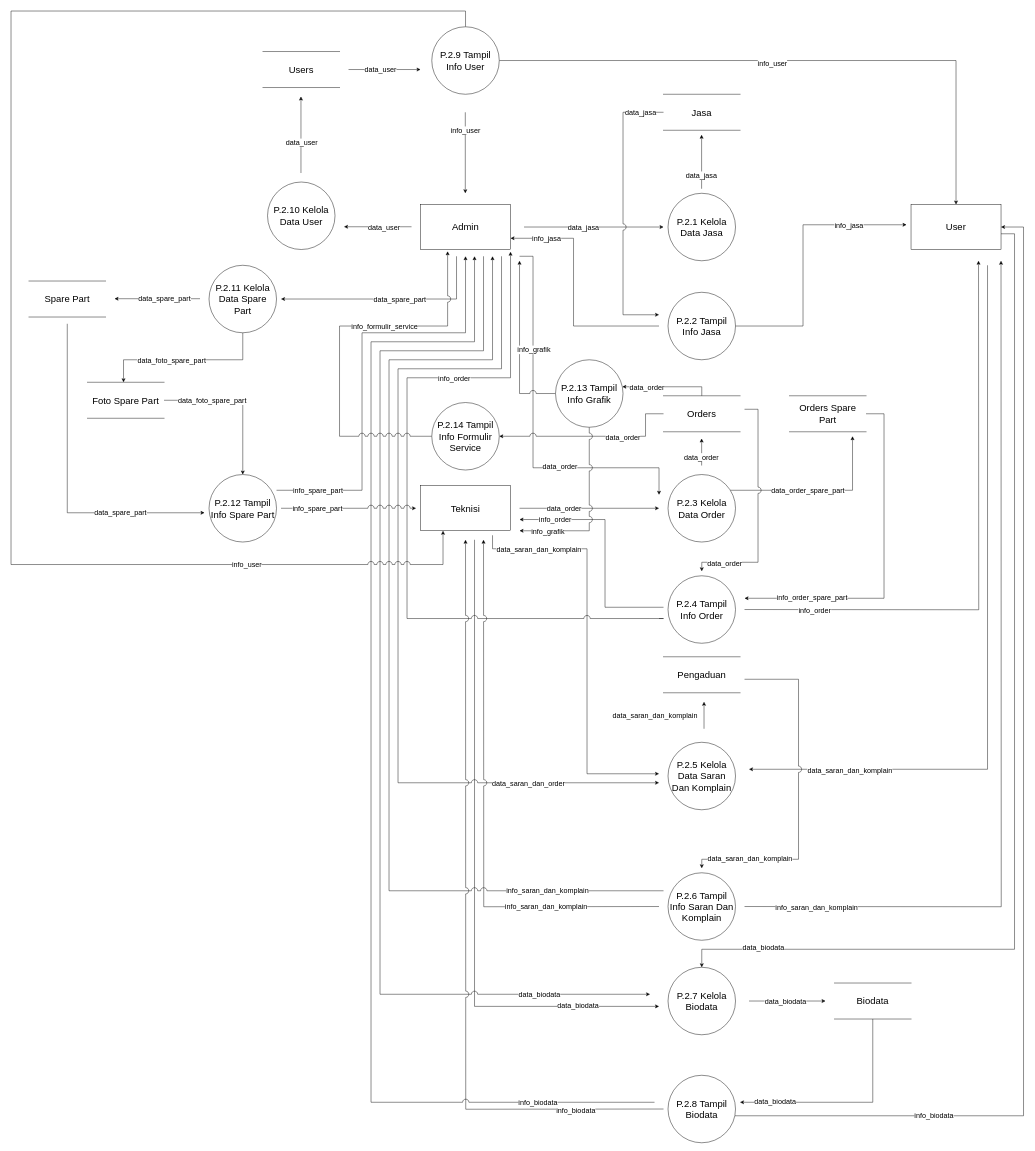
This is dfd update/Data Flow Diagram Level 1 (Kelola Data).drawio from Naveigell/ta2, a draw.io file, before an edit. Source tidied: cells renumbered, new cells numbered last; positions are measured from the earlier drawing's top-left corner, leaving out a move shared by most shapes. Both pictures are drawn from the tidied source at 45%, with x=0, y=0 at pixel (11, 11).
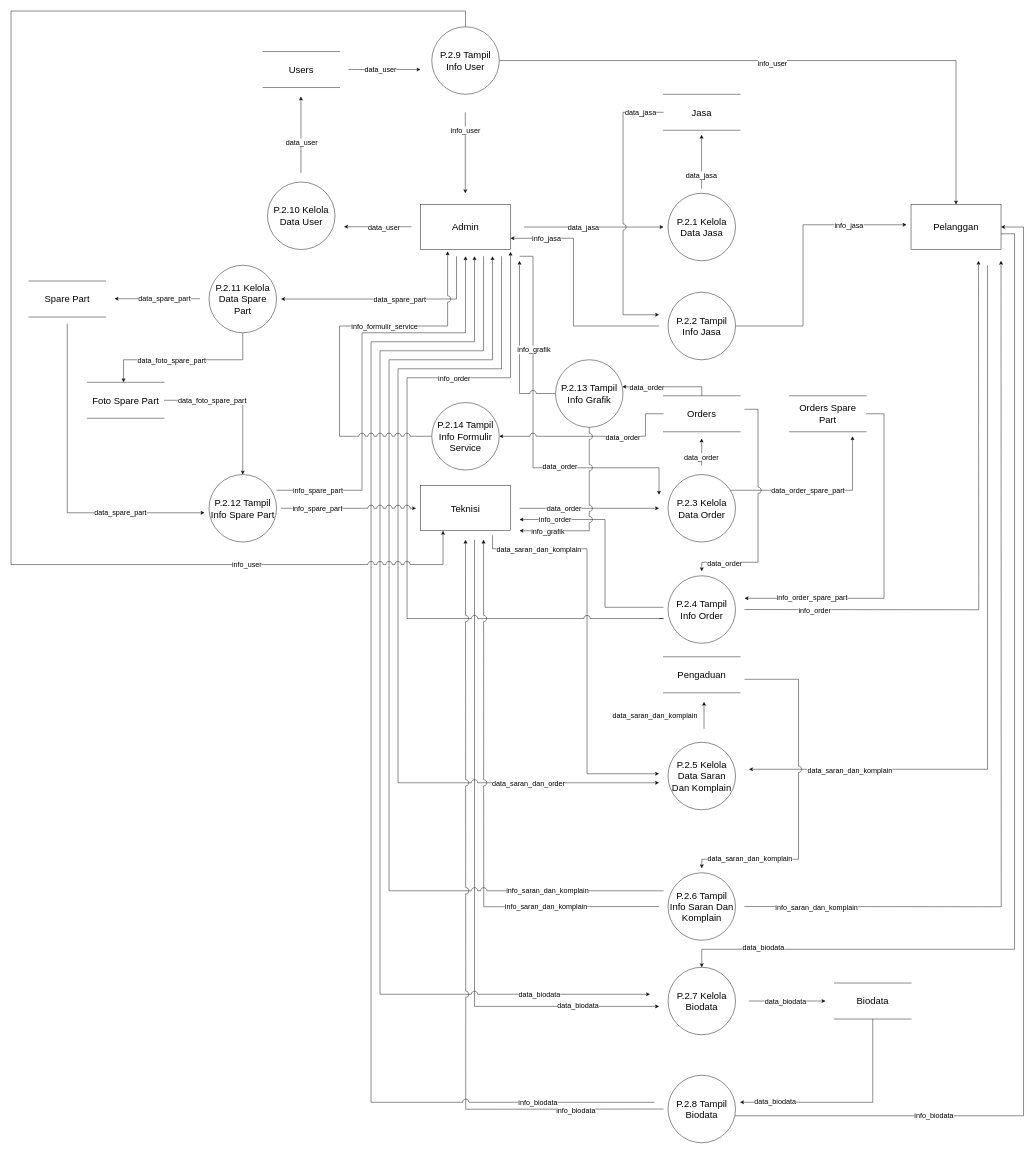
After the change.

What changed in the source:
```diff
@@
-    <mxCell id="22" value="User" style="rounded=0;whiteSpace=wrap;html=1;fontSize=21;" parent="1" vertex="1">
+    <mxCell id="22" value="Pelanggan" style="rounded=0;whiteSpace=wrap;html=1;fontSize=21;" parent="1" vertex="1">
       <mxGeometry x="2000" y="430" width="200" height="100" as="geometry" />
     </mxCell>
```
